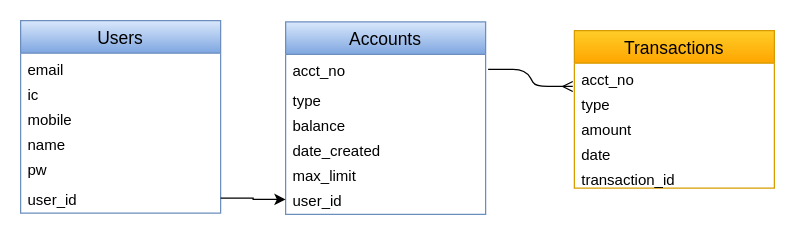
This is Untitled Diagram.drawio from yihching8/DevToolkit2SQL, a draw.io file, before an edit. Source tidied: cells renumbered, new cells numbered last; positions are measured from the earlier drawing's top-left corner, leaving out a move shared by most shapes. Both pictures are drawn from the tidied source at 125%, with x=0, y=0 at pixel (20, 20).
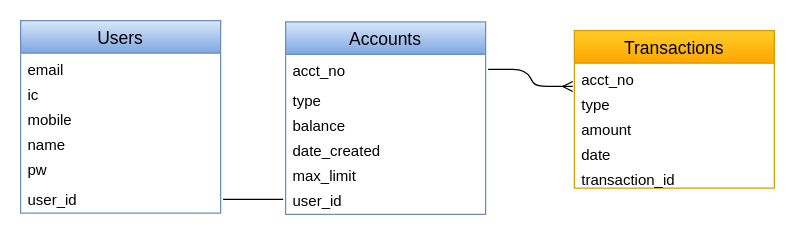
The same page after the edit.

Unchanged cells that the change refers to:
```xml
<mxCell id="8" value="user_id" style="text;strokeColor=none;fillColor=none;spacingLeft=4;spacingRight=4;overflow=hidden;points=[[0,0.5],[1,0.5]];portConstraint=eastwest;fontSize=12;" parent="2" vertex="1">
  <mxGeometry y="130" width="160" height="24" as="geometry" />
</mxCell>
<mxCell id="15" value="user_id" style="text;strokeColor=none;fillColor=none;spacingLeft=4;spacingRight=4;overflow=hidden;points=[[0,0.5],[1,0.5]];portConstraint=eastwest;fontSize=12;" parent="9" vertex="1">
  <mxGeometry y="130" width="160" height="24" as="geometry" />
</mxCell>
```

Diff of the diagram source:
```diff
@@
-    <mxCell id="23" style="edgeStyle=orthogonalEdgeStyle;rounded=0;jettySize=auto;html=1;" parent="1" edge="1" source="15" target="8">
-      <mxGeometry relative="1" as="geometry" />
-    </mxCell>
+    <mxCell id="24" style="endArrow=none;html=1;edgeStyle=orthogonalEdgeStyle;entryX=0;entryY=0.5;entryDx=0;entryDy=0;" parent="1" edge="1">
+      <mxGeometry relative="1" as="geometry">
+        <mxPoint x="162" y="143" as="sourcePoint" />
+        <mxPoint x="210" y="143" as="targetPoint" />
+      </mxGeometry>
+    </mxCell>
```
